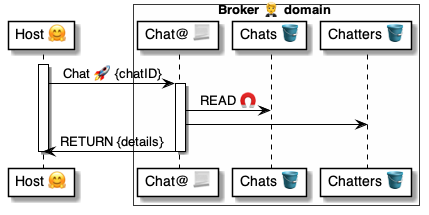
This is 4 ⚙️ Solution/20 🧑‍🦰 UI/Brokers 🤵/🤵🅰️ Broker methods/Chats 💬 Chat 🤗🚀🤵/🤵 Chat ⚙️ uml.png from pollyweb-org/pollyweb-docs, a PlantUML export, as it was before one commit. Its source is kept beside it as 4 ⚙️ Solution/20 🧑‍🦰 UI/Brokers 🤵/🤵🅰️ Broker methods/Chats 💬 Chat 🤗🚀🤵/🤵 Chat ⚙️ uml.puml.
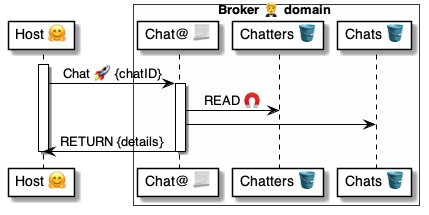
Later version of the same file.

Diff of the diagram source:
```diff
@@ -5,16 +5,16 @@
 
 box Broker 🤵 domain #FFFFFA
     participant "Chat@ 📃" as broker
+    participant "Chatters 🪣" as chatters
     participant "Chats 🪣" as chats
-    participant "Chatters 🪣" as chatters
 end box
 
 activate host
 host -> broker: Chat 🚀 {chatID}
 
     activate broker
-        broker -> chats: READ 🧲
-        broker -> chatters:
+        broker -> chatters: READ 🧲
+        broker -> chats:
         broker -> host: RETURN {details}
     deactivate broker
 
```
